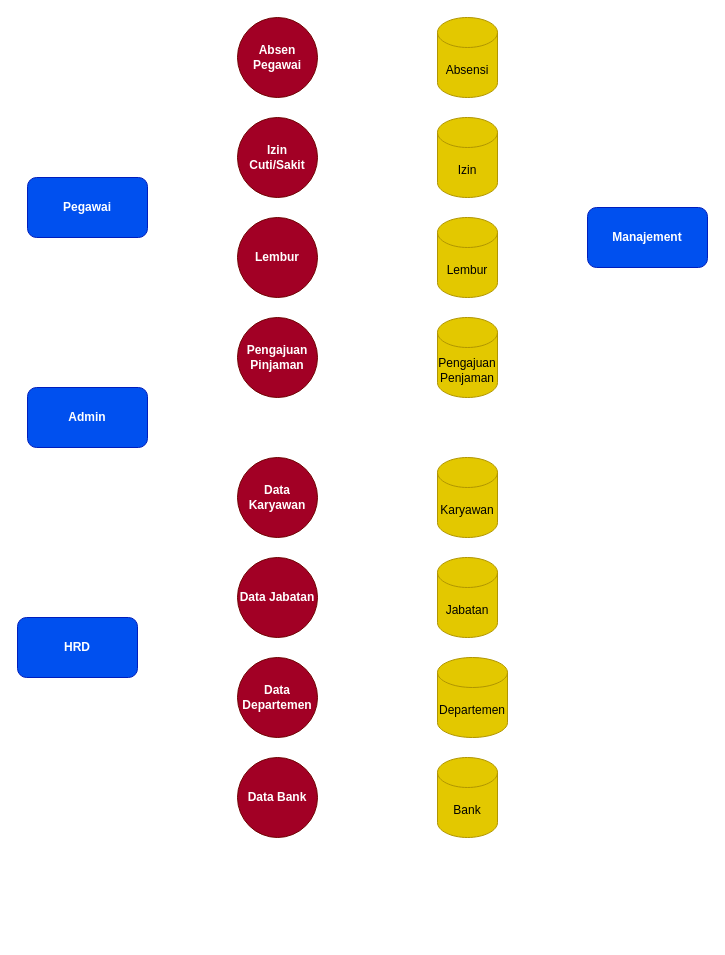
The draw.io diagram document/diagram/data_flow_diagram.drawio in aluthxander/LtechWork, before the edit. Source tidied: cells renumbered, new cells numbered last; positions are measured from the earlier drawing's top-left corner, leaving out a move shared by most shapes. Both pictures are drawn from the tidied source at 100%, with x=0, y=0 at pixel (17, 17).
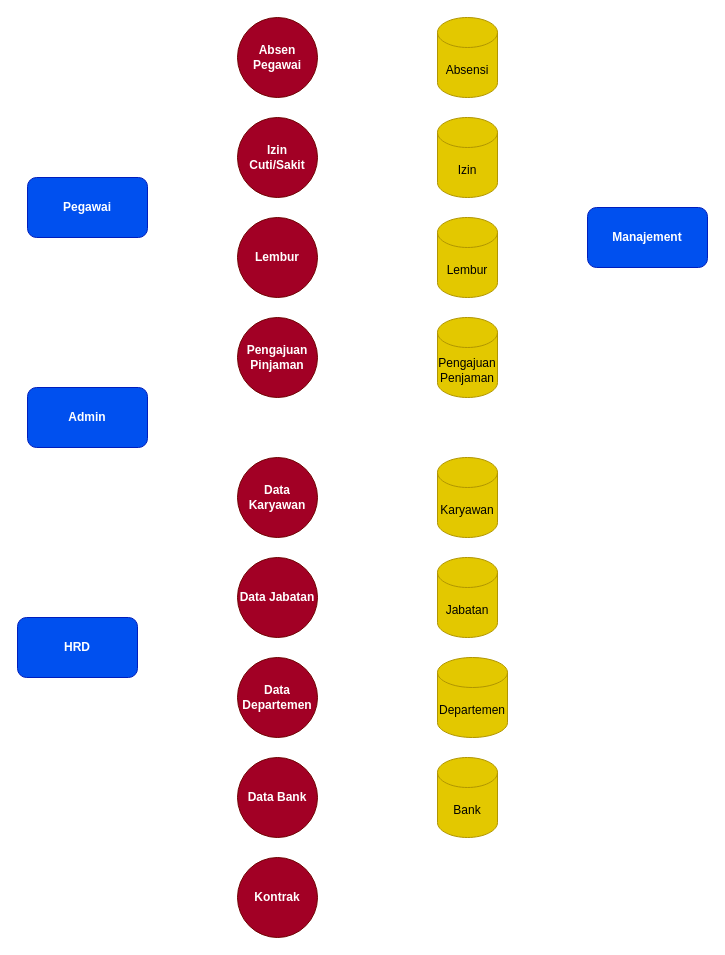
The same page after the edit.

Commit message:
feat : menyempurnakan data flow diagram

Diff of the diagram source:
```diff
@@
+    <mxCell id="22" value="Kontrak" style="ellipse;whiteSpace=wrap;html=1;fillColor=#a20025;fontColor=#ffffff;strokeColor=#6F0000;fontStyle=1;" parent="1" vertex="1">
+      <mxGeometry x="220" y="840" width="80" height="80" as="geometry" />
+    </mxCell>
```
